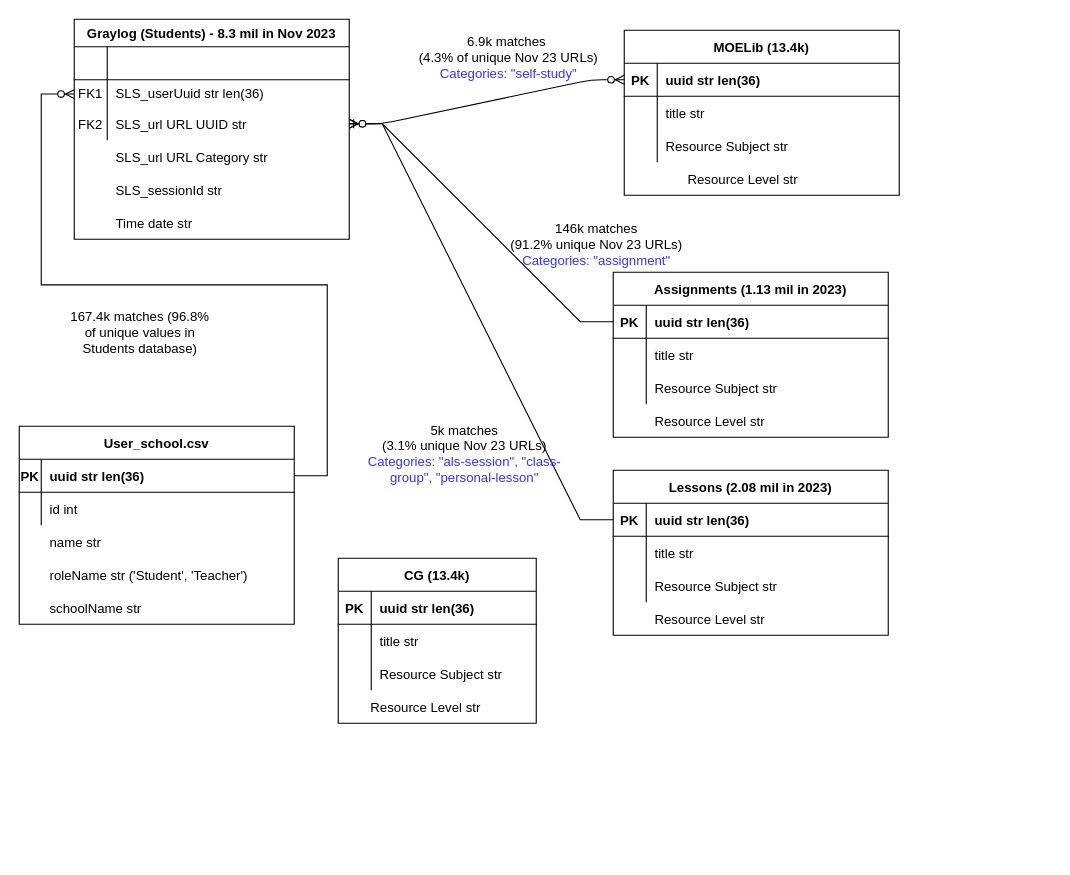
munglin/psychological keeps this draw.io diagram as page "Page-1" (1 of 2) of Untitled Diagram.drawio. Above is the earlier version. Source tidied: cells renumbered, new cells numbered last; positions are measured from the earlier drawing's top-left corner, leaving out a move shared by most shapes. Both pictures are drawn from the tidied source at 110%, with x=0, y=0 at pixel (19, 19).
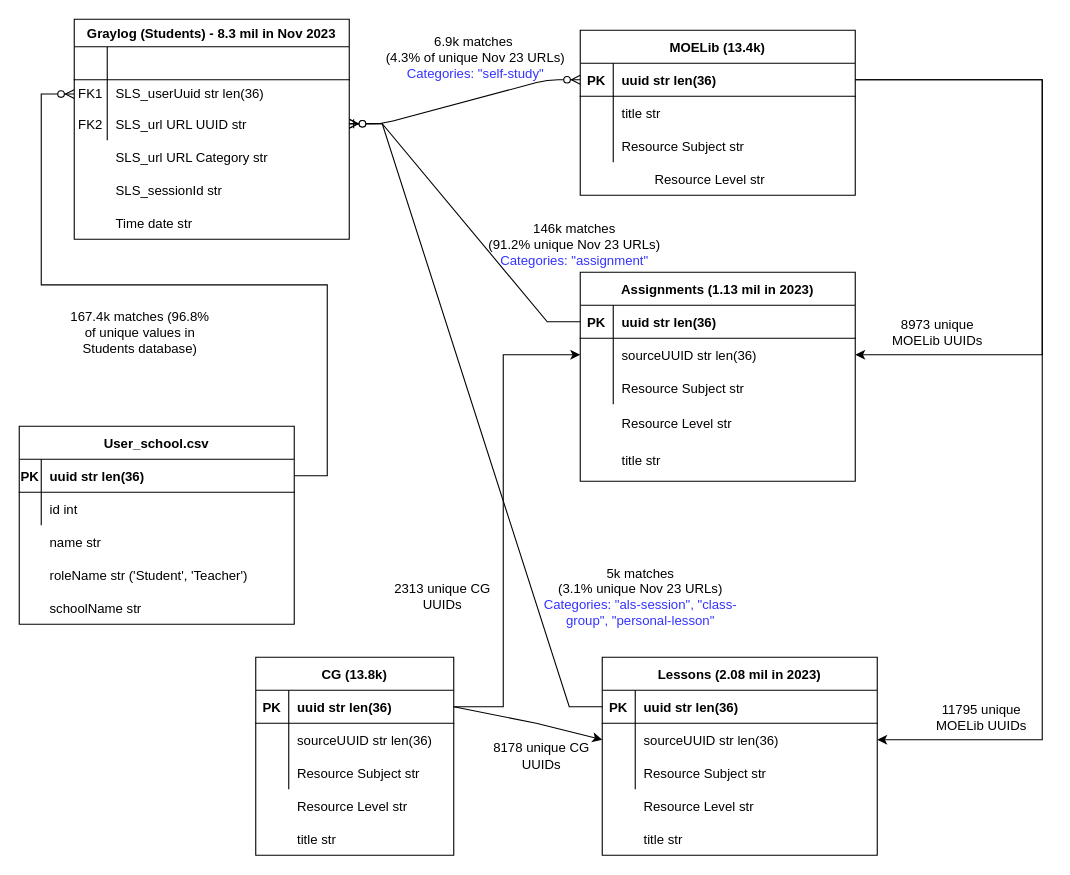
Above is the later version.

Unchanged cells that the change refers to:
```xml
<mxCell id="34" style="shape=partialRectangle;fillColor=none;points=[[0,0.5],[1,0.5]];portConstraint=eastwest;top=0;left=0;right=0;bottom=1;" parent="33" vertex="1">
  <mxGeometry y="30" width="250" height="30" as="geometry" />
</mxCell>
<mxCell id="52" style="shape=partialRectangle;fillColor=none;points=[[0,0.5],[1,0.5]];portConstraint=eastwest;top=0;left=0;right=0;bottom=0;" parent="48" vertex="1">
  <mxGeometry y="60" width="250" height="30" as="geometry" />
</mxCell>
<mxCell id="62" style="shape=partialRectangle;fillColor=none;points=[[0,0.5],[1,0.5]];portConstraint=eastwest;top=0;left=0;right=0;bottom=1;" parent="61" vertex="1">
  <mxGeometry y="30" width="180" height="30" as="geometry" />
</mxCell>
<mxCell id="65" style="shape=partialRectangle;fillColor=none;top=0;left=0;right=0;bottom=0;" parent="61" vertex="1">
  <mxGeometry y="60" width="180" height="30" as="geometry" />
</mxCell>
<mxCell id="79" style="shape=partialRectangle;fillColor=none;points=[[0,0.5],[1,0.5]];portConstraint=eastwest;top=0;left=0;right=0;bottom=0;" parent="75" vertex="1">
  <mxGeometry y="60" width="250" height="30" as="geometry" />
</mxCell>
```

Diff of the diagram source:
```diff
@@
     <mxCell id="32" style="group;" parent="1" vertex="1">
-      <mxGeometry x="570" y="10" width="250" height="150" as="geometry" />
+      <mxGeometry x="540" y="10" width="250" height="150" as="geometry" />
     </mxCell>
     <mxCell id="33" value="MOELib (13.4k)" style="shape=table;startSize=30;childLayout=tableLayout;rowLines=0;fontStyle=1;align=center;" parent="32" vertex="1">
-      <mxGeometry x="-20" width="250" height="150" as="geometry" />
+      <mxGeometry x="-30" width="250" height="150" as="geometry" />
     </mxCell>
@@
     <mxCell id="45" style="group;" parent="1" vertex="1">
-      <mxGeometry x="470" y="230" width="250" height="150" as="geometry" />
+      <mxGeometry x="440" y="230" width="320" height="190" as="geometry" />
     </mxCell>
@@
     <mxCell id="47" style="group;" parent="45" vertex="1">
-      <mxGeometry x="70" width="250" height="150" as="geometry" />
+      <mxGeometry x="70" width="250" height="190" as="geometry" />
     </mxCell>
     <mxCell id="48" value="Assignments (1.13 mil in 2023)" style="shape=table;startSize=30;childLayout=tableLayout;rowLines=0;fontStyle=1;align=center;" parent="47" vertex="1">
-      <mxGeometry width="250" height="150" as="geometry" />
+      <mxGeometry width="250" height="190" as="geometry" />
     </mxCell>
@@
-    <mxCell id="54" value="title str" style="shape=partialRectangle;overflow=hidden;fillColor=none;top=0;left=0;bottom=0;right=0;align=left;spacingLeft=6;" parent="52" vertex="1">
+    <mxCell id="54" value="sourceUUID str len(36)" style="shape=partialRectangle;overflow=hidden;fillColor=none;top=0;left=0;bottom=0;right=0;align=left;spacingLeft=6;" parent="52" vertex="1">
       <mxGeometry x="30" width="220" height="30" as="geometry" />
     </mxCell>
@@
-    <mxCell id="58" value="Resource Level str" style="shape=partialRectangle;overflow=hidden;fillColor=none;top=0;left=0;bottom=0;right=0;align=left;spacingLeft=6;" parent="47" vertex="1">
-      <mxGeometry x="30" y="120" width="220" height="30" as="geometry" />
+    <mxCell id="58" value="title str" style="shape=partialRectangle;overflow=hidden;fillColor=none;top=0;left=0;bottom=0;right=0;align=left;spacingLeft=6;" parent="47" vertex="1">
+      <mxGeometry x="30" y="152" width="220" height="38" as="geometry" />
     </mxCell>
+    <mxCell id="90" style="edgeStyle=orthogonalEdgeStyle;rounded=0;jettySize=auto;html=1;exitX=0;exitY=0.5;exitDx=0;exitDy=0;" parent="47" edge="1" source="91">
+      <mxGeometry relative="1" as="geometry">
+        <mxPoint y="137" as="targetPoint" />
+      </mxGeometry>
+    </mxCell>
+    <mxCell id="91" style="shape=partialRectangle;fillColor=none;points=[[0,0.5],[1,0.5]];portConstraint=eastwest;top=0;left=0;right=0;bottom=0;" parent="47" vertex="1">
+      <mxGeometry y="122" width="250" height="30" as="geometry" />
+    </mxCell>
+    <mxCell id="92" style="shape=partialRectangle;overflow=hidden;fillColor=none;top=0;left=0;bottom=0;right=0;" parent="91" vertex="1">
+      <mxGeometry width="30" height="30" as="geometry" />
+    </mxCell>
+    <mxCell id="93" value="Resource Level str" style="shape=partialRectangle;overflow=hidden;fillColor=none;top=0;left=0;bottom=0;right=0;align=left;spacingLeft=6;" parent="91" vertex="1">
+      <mxGeometry x="30" width="220" height="30" as="geometry" />
+    </mxCell>
     <mxCell id="59" value="6.9k matches&amp;nbsp;&lt;div&gt;(4.3% of unique Nov 23 URLs)&lt;div&gt;&lt;font color=&quot;#3333ff&quot;&gt;Categories: &quot;self-study&quot;&lt;/font&gt;&lt;/div&gt;&lt;/div&gt;" style="text;html=1;align=center;verticalAlign=middle;whiteSpace=wrap;rounded=0;" parent="1" vertex="1">
-      <mxGeometry x="350" y="20" width="190" height="30" as="geometry" />
+      <mxGeometry x="320" y="20" width="190" height="30" as="geometry" />
     </mxCell>
     <mxCell id="60" style="group;" parent="1" vertex="1">
-      <mxGeometry x="290" y="490" width="180" height="150" as="geometry" />
+      <mxGeometry x="215" y="580" width="180" height="180" as="geometry" />
     </mxCell>
-    <mxCell id="61" value="CG (13.4k)" style="shape=table;startSize=30;childLayout=tableLayout;rowLines=0;fontStyle=1;align=center;" parent="60" vertex="1">
-      <mxGeometry width="180" height="150" as="geometry" />
+    <mxCell id="61" value="CG (13.8k)" style="shape=table;startSize=30;childLayout=tableLayout;rowLines=0;fontStyle=1;align=center;" parent="60" vertex="1">
+      <mxGeometry width="180" height="180" as="geometry" />
     </mxCell>
@@
-    <mxCell id="67" value="title str" style="shape=partialRectangle;overflow=hidden;fillColor=none;top=0;left=0;bottom=0;right=0;align=left;spacingLeft=6;" parent="65" vertex="1">
+    <mxCell id="67" value="sourceUUID str len(36)" style="shape=partialRectangle;overflow=hidden;fillColor=none;top=0;left=0;bottom=0;right=0;align=left;spacingLeft=6;" parent="65" vertex="1">
       <mxGeometry x="30" width="150" height="30" as="geometry" />
     </mxCell>
@@
-    <mxCell id="72" value="Resource Level str" style="shape=partialRectangle;overflow=hidden;fillColor=none;top=0;left=0;bottom=0;right=0;align=left;spacingLeft=6;" parent="60" vertex="1">
-      <mxGeometry x="21.6" y="120" width="158.4" height="30" as="geometry" />
-    </mxCell>
+    <mxCell id="94" value="Resource Level str" style="shape=partialRectangle;overflow=hidden;fillColor=none;top=0;left=0;bottom=0;right=0;align=left;spacingLeft=6;" parent="60" vertex="1">
+      <mxGeometry x="30" y="120" width="150" height="30" as="geometry" />
+    </mxCell>
+    <mxCell id="95" value="title str" style="shape=partialRectangle;overflow=hidden;fillColor=none;top=0;left=0;bottom=0;right=0;align=left;spacingLeft=6;" parent="60" vertex="1">
+      <mxGeometry x="30" y="150" width="150" height="30" as="geometry" />
+    </mxCell>
@@
     <mxCell id="74" style="group;" parent="1" vertex="1">
-      <mxGeometry x="540" y="410" width="250" height="150" as="geometry" />
+      <mxGeometry x="560" y="570" width="250" height="190" as="geometry" />
     </mxCell>
     <mxCell id="75" value="Lessons (2.08 mil in 2023)" style="shape=table;startSize=30;childLayout=tableLayout;rowLines=0;fontStyle=1;align=center;" parent="74" vertex="1">
-      <mxGeometry width="250" height="150" as="geometry" />
+      <mxGeometry x="-30" y="10" width="250" height="180" as="geometry" />
     </mxCell>
@@
-    <mxCell id="81" value="title str" style="shape=partialRectangle;overflow=hidden;fillColor=none;top=0;left=0;bottom=0;right=0;align=left;spacingLeft=6;" parent="79" vertex="1">
+    <mxCell id="81" value="sourceUUID str len(36)" style="shape=partialRectangle;overflow=hidden;fillColor=none;top=0;left=0;bottom=0;right=0;align=left;spacingLeft=6;" parent="79" vertex="1">
       <mxGeometry x="30" width="220" height="30" as="geometry" />
     </mxCell>
@@
-    <mxCell id="85" value="Resource Level str" style="shape=partialRectangle;overflow=hidden;fillColor=none;top=0;left=0;bottom=0;right=0;align=left;spacingLeft=6;" parent="74" vertex="1">
-      <mxGeometry x="30" y="120" width="220" height="30" as="geometry" />
-    </mxCell>
+    <mxCell id="96" value="Resource Level str" style="shape=partialRectangle;overflow=hidden;fillColor=none;top=0;left=0;bottom=0;right=0;align=left;spacingLeft=6;" parent="74" vertex="1">
+      <mxGeometry y="130" width="220" height="30" as="geometry" />
+    </mxCell>
+    <mxCell id="97" value="title str" style="shape=partialRectangle;overflow=hidden;fillColor=none;top=0;left=0;bottom=0;right=0;align=left;spacingLeft=6;" parent="74" vertex="1">
+      <mxGeometry y="160" width="220" height="30" as="geometry" />
+    </mxCell>
     <mxCell id="86" value="146k matches&lt;div&gt;(91.2% unique Nov 23 URLs)&lt;/div&gt;&lt;div&gt;&lt;font color=&quot;#3333ff&quot;&gt;Categories: &quot;assignment&quot;&lt;/font&gt;&lt;/div&gt;" style="text;html=1;align=center;verticalAlign=middle;whiteSpace=wrap;rounded=0;" parent="1" vertex="1">
-      <mxGeometry x="430" y="190" width="190" height="30" as="geometry" />
+      <mxGeometry x="410" y="190" width="190" height="30" as="geometry" />
     </mxCell>
@@
     <mxCell id="88" value="5k matches&lt;br&gt;&lt;div&gt;(3.1% unique Nov 23 URLs)&lt;/div&gt;&lt;div&gt;&lt;font color=&quot;#3333ff&quot;&gt;Categories: &quot;als-session&quot;, &quot;class-group&quot;, &quot;personal-lesson&quot;&lt;/font&gt;&lt;/div&gt;" style="text;html=1;align=center;verticalAlign=middle;whiteSpace=wrap;rounded=0;" parent="1" vertex="1">
-      <mxGeometry x="310" y="380" width="190" height="30" as="geometry" />
+      <mxGeometry x="470" y="510" width="190" height="30" as="geometry" />
     </mxCell>
@@
+    <mxCell id="98" style="edgeStyle=orthogonalEdgeStyle;rounded=0;jettySize=auto;html=1;entryX=1;entryY=0.5;entryDx=0;entryDy=0;" parent="1" edge="1" source="34" target="79">
+      <mxGeometry relative="1" as="geometry">
+        <Array as="points">
+          <mxPoint x="930" y="55" />
+          <mxPoint x="930" y="655" />
+        </Array>
+      </mxGeometry>
+    </mxCell>
+    <mxCell id="99" style="endArrow=classic;html=1;rounded=0;exitX=1;exitY=0.5;exitDx=0;exitDy=0;entryX=1;entryY=0.5;entryDx=0;entryDy=0;" parent="1" edge="1" source="34" target="52">
+      <mxGeometry relative="1" as="geometry">
+        <Array as="points">
+          <mxPoint x="930" y="55" />
+          <mxPoint x="930" y="305" />
+        </Array>
+      </mxGeometry>
+    </mxCell>
+    <mxCell id="100" value="8973 unique MOELib UUIDs" style="text;html=1;align=center;verticalAlign=middle;whiteSpace=wrap;rounded=0;" parent="1" vertex="1">
+      <mxGeometry x="780" y="270" width="110" height="30" as="geometry" />
+    </mxCell>
+    <mxCell id="101" value="11795 unique MOELib UUIDs" style="text;html=1;align=center;verticalAlign=middle;whiteSpace=wrap;rounded=0;" parent="1" vertex="1">
+      <mxGeometry x="820" y="620" width="110" height="30" as="geometry" />
+    </mxCell>
+    <mxCell id="102" style="endArrow=classic;html=1;rounded=0;exitX=1;exitY=0.5;exitDx=0;exitDy=0;entryX=0;entryY=0.5;entryDx=0;entryDy=0;" parent="1" edge="1" source="62" target="52">
+      <mxGeometry relative="1" as="geometry">
+        <Array as="points">
+          <mxPoint x="440" y="625" />
+          <mxPoint x="440" y="305" />
+        </Array>
+      </mxGeometry>
+    </mxCell>
+    <mxCell id="103" value="2313 unique CG UUIDs" style="text;html=1;align=center;verticalAlign=middle;whiteSpace=wrap;rounded=0;" parent="1" vertex="1">
+      <mxGeometry x="330" y="510" width="110" height="30" as="geometry" />
+    </mxCell>
+    <mxCell id="104" style="endArrow=classic;html=1;rounded=0;exitX=1;exitY=0.5;exitDx=0;exitDy=0;entryX=0;entryY=0.5;entryDx=0;entryDy=0;" parent="1" edge="1" source="62" target="79">
+      <mxGeometry relative="1" as="geometry">
+        <Array as="points">
+          <mxPoint x="470" y="640" />
+        </Array>
+      </mxGeometry>
+    </mxCell>
+    <mxCell id="105" value="8178 unique CG UUIDs" style="text;html=1;align=center;verticalAlign=middle;whiteSpace=wrap;rounded=0;" parent="1" vertex="1">
+      <mxGeometry x="420" y="655" width="110" height="30" as="geometry" />
+    </mxCell>
```
